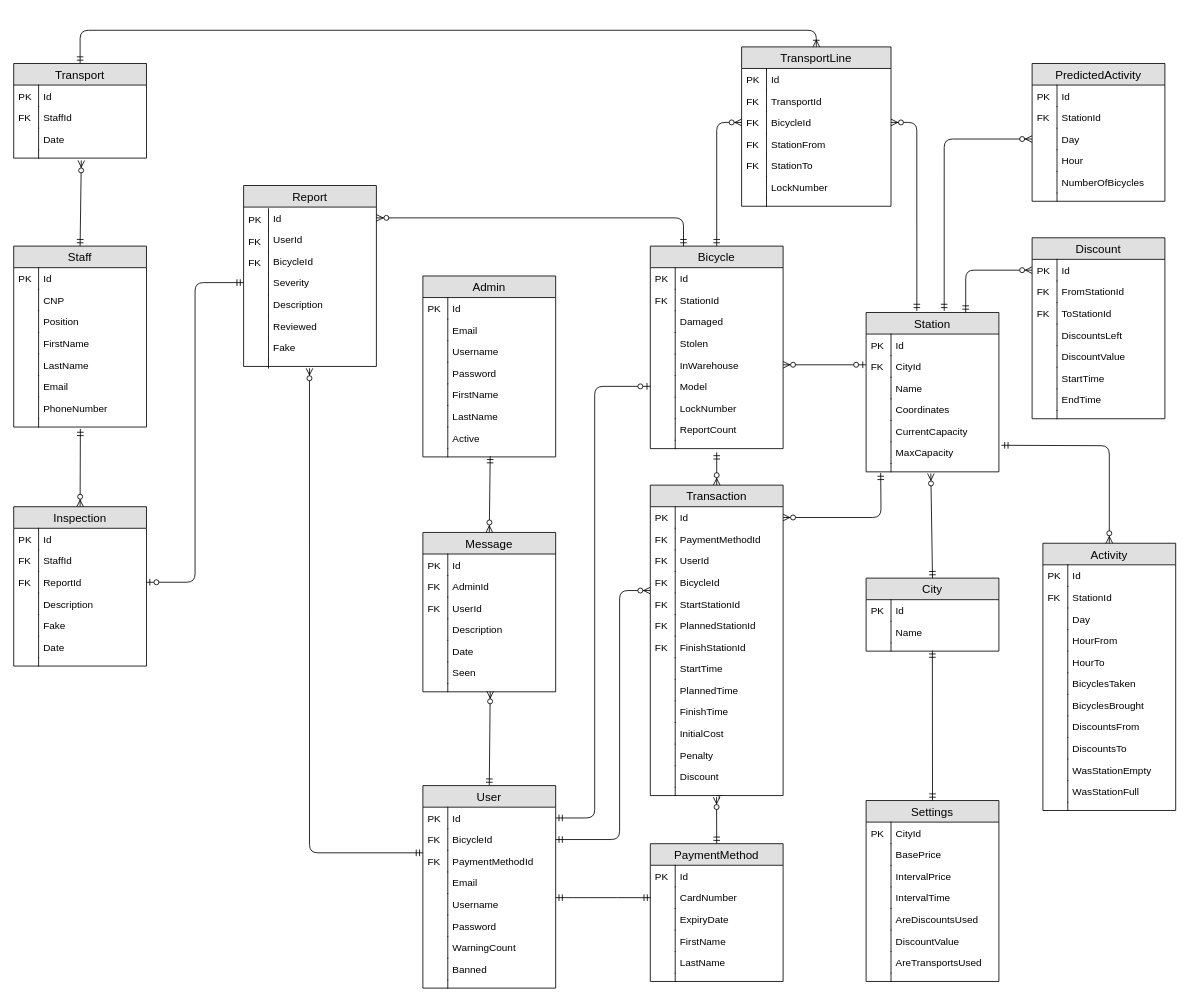
Before: Documentation/Database/Diagrams/Database Diagram.drawio in Tiberiu-Cocei/Licenta, a draw.io diagram. Source tidied: cells renumbered, new cells numbered last; positions are measured from the earlier drawing's top-left corner, leaving out a move shared by most shapes. Both pictures are drawn from the tidied source at 83%, with x=0, y=0 at pixel (13, 30).
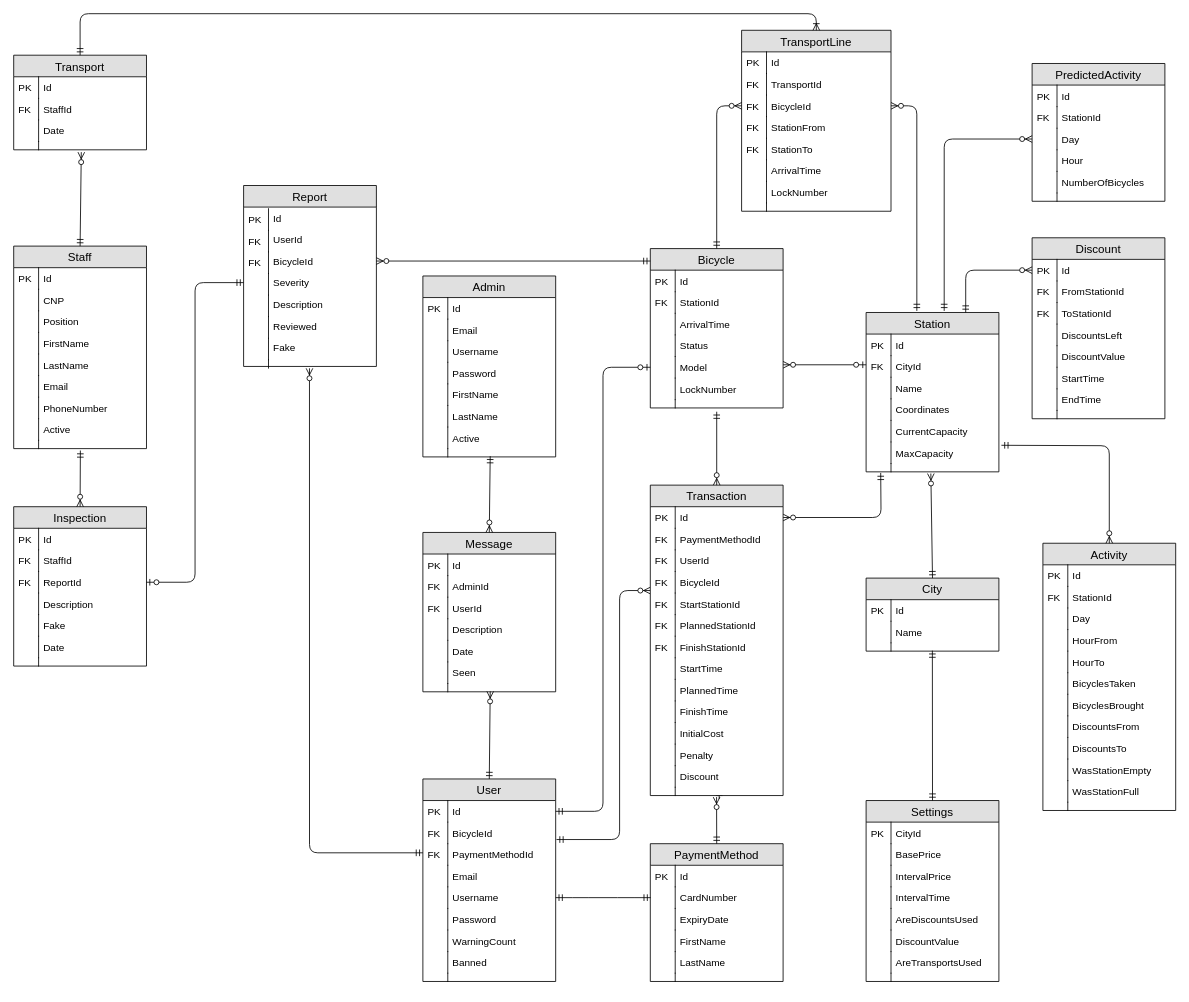
The same diagram, later.

The change refers to these unchanged cells:
```xml
<mxCell id="3" value="Id" style="shape=partialRectangle;top=0;left=0;right=0;bottom=0;align=left;verticalAlign=top;fillColor=none;spacingLeft=34;spacingRight=4;overflow=hidden;points=[[0,0.5],[1,0.5]];portConstraint=eastwest;fontSize=12;" parent="2" vertex="1">
  <mxGeometry y="26" width="160" height="26" as="geometry" />
</mxCell>
<mxCell id="5" value="BicycleId" style="shape=partialRectangle;top=0;left=0;right=0;bottom=0;align=left;verticalAlign=top;fillColor=none;spacingLeft=34;spacingRight=4;overflow=hidden;points=[[0,0.5],[1,0.5]];portConstraint=eastwest;fontSize=12;" parent="2" vertex="1">
  <mxGeometry y="52" width="160" height="26" as="geometry" />
</mxCell>
<mxCell id="86" value="Id" style="shape=partialRectangle;top=0;left=0;right=0;bottom=0;align=left;verticalAlign=top;fillColor=none;spacingLeft=34;spacingRight=4;overflow=hidden;points=[[0,0.5],[1,0.5]];portConstraint=eastwest;fontSize=12;" parent="85" vertex="1">
  <mxGeometry y="26" width="160" height="26" as="geometry" />
</mxCell>
<mxCell id="90" value="BicycleId" style="shape=partialRectangle;top=0;left=0;right=0;bottom=0;align=left;verticalAlign=top;fillColor=none;spacingLeft=34;spacingRight=4;overflow=hidden;points=[[0,0.5],[1,0.5]];portConstraint=eastwest;fontSize=12;" parent="85" vertex="1">
  <mxGeometry y="78" width="160" height="26" as="geometry" />
</mxCell>
```

Diff of the diagram source:
```diff
@@
     <mxCell id="2" value="User" style="swimlane;fontStyle=0;horizontal=1;startSize=26;fillColor=#e0e0e0;swimlaneFillColor=#ffffff;align=center;fontSize=14;" parent="1" vertex="1">
-      <mxGeometry x="493" y="910" width="160" height="244" as="geometry" />
+      <mxGeometry x="493" y="902" width="160" height="244" as="geometry" />
     </mxCell>
@@
     <mxCell id="21" value="Bicycle" style="swimlane;fontStyle=0;horizontal=1;startSize=26;fillColor=#e0e0e0;swimlaneFillColor=#ffffff;align=center;fontSize=14;" parent="1" vertex="1">
-      <mxGeometry x="767" y="260" width="160" height="244" as="geometry" />
+      <mxGeometry x="767" y="263" width="160" height="192" as="geometry" />
     </mxCell>
@@
+    <mxCell id="304" value="ArrivalTime" style="shape=partialRectangle;top=0;left=0;right=0;bottom=0;align=left;verticalAlign=top;fillColor=none;spacingLeft=34;spacingRight=4;overflow=hidden;fontSize=12;" parent="21" vertex="1">
+      <mxGeometry y="78" width="160" height="26" as="geometry" />
+    </mxCell>
+    <mxCell id="305" style="shape=partialRectangle;top=0;left=0;bottom=0;fillColor=none;align=left;verticalAlign=top;spacingLeft=4;spacingRight=4;overflow=hidden;fontSize=12;" parent="304" vertex="1">
+      <mxGeometry width="30" height="26" as="geometry" />
+    </mxCell>
-    <mxCell id="26" value="Damaged" style="shape=partialRectangle;top=0;left=0;right=0;bottom=0;align=left;verticalAlign=top;fillColor=none;spacingLeft=34;spacingRight=4;overflow=hidden;fontSize=12;" parent="21" vertex="1">
-      <mxGeometry y="78" width="160" height="26" as="geometry" />
+    <mxCell id="26" value="Status" style="shape=partialRectangle;top=0;left=0;right=0;bottom=0;align=left;verticalAlign=top;fillColor=none;spacingLeft=34;spacingRight=4;overflow=hidden;fontSize=12;" parent="21" vertex="1">
+      <mxGeometry y="104" width="160" height="26" as="geometry" />
     </mxCell>
@@
-    <mxCell id="28" value="Stolen" style="shape=partialRectangle;top=0;left=0;right=0;bottom=0;align=left;verticalAlign=top;fillColor=none;spacingLeft=34;spacingRight=4;overflow=hidden;fontSize=12;" parent="21" vertex="1">
-      <mxGeometry y="104" width="160" height="26" as="geometry" />
-    </mxCell>
-    <mxCell id="29" style="shape=partialRectangle;top=0;left=0;bottom=0;fillColor=none;align=left;verticalAlign=top;spacingLeft=4;spacingRight=4;overflow=hidden;fontSize=12;" parent="28" vertex="1">
-      <mxGeometry width="30" height="26" as="geometry" />
-    </mxCell>
-    <mxCell id="30" value="InWarehouse" style="shape=partialRectangle;top=0;left=0;right=0;bottom=0;align=left;verticalAlign=top;fillColor=none;spacingLeft=34;spacingRight=4;overflow=hidden;points=[[0,0.5],[1,0.5]];portConstraint=eastwest;fontSize=12;" parent="21" vertex="1">
-      <mxGeometry y="130" width="160" height="26" as="geometry" />
-    </mxCell>
-    <mxCell id="31" style="shape=partialRectangle;top=0;left=0;bottom=0;fillColor=none;align=left;verticalAlign=top;spacingLeft=4;spacingRight=4;overflow=hidden;fontSize=12;" parent="30" vertex="1">
-      <mxGeometry width="30" height="26" as="geometry" />
-    </mxCell>
     <mxCell id="32" value="Model" style="shape=partialRectangle;top=0;left=0;right=0;bottom=0;align=left;verticalAlign=top;fillColor=none;spacingLeft=34;spacingRight=4;overflow=hidden;points=[[0,0.5],[1,0.5]];portConstraint=eastwest;fontSize=12;" parent="21" vertex="1">
-      <mxGeometry y="156" width="160" height="26" as="geometry" />
+      <mxGeometry y="130" width="160" height="26" as="geometry" />
     </mxCell>
@@
     <mxCell id="34" value="LockNumber" style="shape=partialRectangle;top=0;left=0;right=0;bottom=0;align=left;verticalAlign=top;fillColor=none;spacingLeft=34;spacingRight=4;overflow=hidden;fontSize=12;" parent="21" vertex="1">
-      <mxGeometry y="182" width="160" height="26" as="geometry" />
+      <mxGeometry y="156" width="160" height="26" as="geometry" />
     </mxCell>
@@
-    <mxCell id="36" value="ReportCount" style="shape=partialRectangle;top=0;left=0;right=0;bottom=0;align=left;verticalAlign=top;fillColor=none;spacingLeft=34;spacingRight=4;overflow=hidden;fontSize=12;" parent="21" vertex="1">
-      <mxGeometry y="208" width="160" height="26" as="geometry" />
-    </mxCell>
-    <mxCell id="37" style="shape=partialRectangle;top=0;left=0;bottom=0;fillColor=none;align=left;verticalAlign=top;spacingLeft=4;spacingRight=4;overflow=hidden;fontSize=12;" parent="36" vertex="1">
-      <mxGeometry width="30" height="26" as="geometry" />
-    </mxCell>
     <mxCell id="38" style="shape=partialRectangle;top=0;left=0;right=0;bottom=0;align=left;verticalAlign=top;fillColor=none;spacingLeft=34;spacingRight=4;overflow=hidden;points=[[0,0.5],[1,0.5]];portConstraint=eastwest;fontSize=12;" parent="21" vertex="1">
-      <mxGeometry y="234" width="160" height="10" as="geometry" />
+      <mxGeometry y="182" width="160" height="10" as="geometry" />
     </mxCell>
@@
     <mxCell id="132" value="Staff" style="swimlane;fontStyle=0;horizontal=1;startSize=26;fillColor=#e0e0e0;swimlaneFillColor=#ffffff;align=center;fontSize=14;" parent="1" vertex="1">
-      <mxGeometry y="260" width="160" height="218" as="geometry" />
+      <mxGeometry y="260" width="160" height="244" as="geometry" />
     </mxCell>
@@
+    <mxCell id="306" value="Active" style="shape=partialRectangle;top=0;left=0;right=0;bottom=0;align=left;verticalAlign=top;fillColor=none;spacingLeft=34;spacingRight=4;overflow=hidden;fontSize=12;" parent="132" vertex="1">
+      <mxGeometry y="208" width="160" height="26" as="geometry" />
+    </mxCell>
+    <mxCell id="307" style="shape=partialRectangle;top=0;left=0;bottom=0;fillColor=none;align=left;verticalAlign=top;spacingLeft=4;spacingRight=4;overflow=hidden;fontSize=12;" parent="306" vertex="1">
+      <mxGeometry width="30" height="26" as="geometry" />
+    </mxCell>
     <mxCell id="147" style="shape=partialRectangle;top=0;left=0;right=0;bottom=0;align=left;verticalAlign=top;fillColor=none;spacingLeft=34;spacingRight=4;overflow=hidden;points=[[0,0.5],[1,0.5]];portConstraint=eastwest;fontSize=12;" parent="132" vertex="1">
-      <mxGeometry y="208" width="160" height="10" as="geometry" />
+      <mxGeometry y="234" width="160" height="10" as="geometry" />
     </mxCell>
@@
     <mxCell id="208" value="Transport" style="swimlane;fontStyle=0;horizontal=1;startSize=26;fillColor=#e0e0e0;swimlaneFillColor=#ffffff;align=center;fontSize=14;" parent="1" vertex="1">
-      <mxGeometry y="40" width="160" height="114" as="geometry" />
+      <mxGeometry y="30" width="160" height="114" as="geometry" />
     </mxCell>
@@
     <mxCell id="217" value="TransportLine" style="swimlane;fontStyle=0;horizontal=1;startSize=26;fillColor=#e0e0e0;swimlaneFillColor=#ffffff;align=center;fontSize=14;" parent="1" vertex="1">
-      <mxGeometry x="877" y="20" width="180" height="192" as="geometry" />
+      <mxGeometry x="877" width="180" height="218" as="geometry" />
     </mxCell>
@@
+    <mxCell id="308" value="ArrivalTime" style="shape=partialRectangle;top=0;left=0;right=0;bottom=0;align=left;verticalAlign=top;fillColor=none;spacingLeft=34;spacingRight=4;overflow=hidden;fontSize=12;" parent="217" vertex="1">
+      <mxGeometry y="156" width="180" height="26" as="geometry" />
+    </mxCell>
+    <mxCell id="309" style="shape=partialRectangle;top=0;left=0;bottom=0;fillColor=none;align=left;verticalAlign=top;spacingLeft=4;spacingRight=4;overflow=hidden;fontSize=12;" parent="308" vertex="1">
+      <mxGeometry width="30" height="26" as="geometry" />
+    </mxCell>
     <mxCell id="228" value="LockNumber" style="shape=partialRectangle;top=0;left=0;right=0;bottom=0;align=left;verticalAlign=top;fillColor=none;spacingLeft=34;spacingRight=4;overflow=hidden;fontSize=12;" parent="217" vertex="1">
-      <mxGeometry y="156" width="180" height="26" as="geometry" />
+      <mxGeometry y="182" width="180" height="26" as="geometry" />
     </mxCell>
@@
     <mxCell id="230" style="shape=partialRectangle;top=0;left=0;right=0;bottom=0;align=left;verticalAlign=top;fillColor=none;spacingLeft=34;spacingRight=4;overflow=hidden;fontSize=12;" parent="217" vertex="1">
-      <mxGeometry y="182" width="180" height="10" as="geometry" />
+      <mxGeometry y="208" width="180" height="10" as="geometry" />
     </mxCell>
@@
-    <mxCell id="235" style="fontSize=12;html=1;endArrow=ERzeroToMany;startArrow=ERmandOne;entryX=0;entryY=0.5;entryDx=0;entryDy=0;exitX=1;exitY=0.5;exitDx=0;exitDy=0;" parent="1" edge="1" source="5">
+    <mxCell id="235" style="fontSize=12;html=1;endArrow=ERzeroToMany;startArrow=ERmandOne;entryX=0;entryY=0.5;entryDx=0;entryDy=0;" parent="1" edge="1">
       <mxGeometry relative="1" as="geometry">
+        <mxPoint x="654" y="975" as="sourcePoint" />
         <mxPoint x="767" y="675" as="targetPoint" />
         <Array as="points">
           <mxPoint x="730" y="975" />
           <mxPoint x="730" y="675" />
         </Array>
       </mxGeometry>
     </mxCell>
@@
     <mxCell id="237" style="edgeStyle=orthogonalEdgeStyle;fontSize=12;html=1;endArrow=ERoneToMany;startArrow=ERmandOne;entryX=0.5;entryY=0;entryDx=0;entryDy=0;exitX=0.5;exitY=0;exitDx=0;exitDy=0;" parent="1" edge="1" source="208" target="217">
       <mxGeometry relative="1" as="geometry">
         <Array as="points">
-          <mxPoint x="80" />
-          <mxPoint x="967" />
+          <mxPoint x="80" y="-20" />
+          <mxPoint x="967" y="-20" />
         </Array>
       </mxGeometry>
     </mxCell>
@@
-    <mxCell id="240" style="edgeStyle=orthogonalEdgeStyle;fontSize=12;html=1;endArrow=ERzeroToMany;startArrow=ERmandOne;exitX=0.25;exitY=0;exitDx=0;exitDy=0;entryX=1;entryY=0.5;entryDx=0;entryDy=0;" parent="1" edge="1" source="21" target="86">
-      <mxGeometry relative="1" as="geometry" />
+    <mxCell id="240" style="fontSize=12;html=1;endArrow=ERzeroToMany;startArrow=ERmandOne;elbow=vertical;entryX=1;entryY=0.5;entryDx=0;entryDy=0;" parent="1" edge="1" target="90">
+      <mxGeometry relative="1" as="geometry">
+        <mxPoint x="767" y="278" as="sourcePoint" />
+      </mxGeometry>
     </mxCell>
@@
-    <mxCell id="248" style="fontSize=12;html=1;endArrow=ERzeroToMany;startArrow=ERzeroToOne;entryX=1;entryY=0.5;entryDx=0;entryDy=0;" parent="1" edge="1" target="30">
+    <mxCell id="248" style="fontSize=12;html=1;endArrow=ERzeroToMany;startArrow=ERzeroToOne;entryX=1;entryY=0.5;entryDx=0;entryDy=0;" parent="1" edge="1">
       <mxGeometry relative="1" as="geometry">
         <mxPoint x="1027" y="403" as="sourcePoint" />
+        <mxPoint x="927" y="403" as="targetPoint" />
       </mxGeometry>
     </mxCell>
@@
-    <mxCell id="303" style="edgeStyle=orthogonalEdgeStyle;fontSize=12;html=1;endArrow=ERzeroToOne;startArrow=ERmandOne;exitX=1;exitY=0.5;exitDx=0;exitDy=0;entryX=0;entryY=0.5;entryDx=0;entryDy=0;" parent="1" edge="1" source="3" target="32">
-      <mxGeometry relative="1" as="geometry">
-        <Array as="points">
-          <mxPoint x="700" y="949" />
-          <mxPoint x="700" y="429" />
-        </Array>
-      </mxGeometry>
+    <mxCell id="303" style="fontSize=12;html=1;endArrow=ERzeroToOne;startArrow=ERmandOne;exitX=1;exitY=0.5;exitDx=0;exitDy=0;entryX=0;entryY=0.5;entryDx=0;entryDy=0;edgeStyle=orthogonalEdgeStyle;" parent="1" edge="1" source="3" target="32">
+      <mxGeometry relative="1" as="geometry" />
     </mxCell>
```
